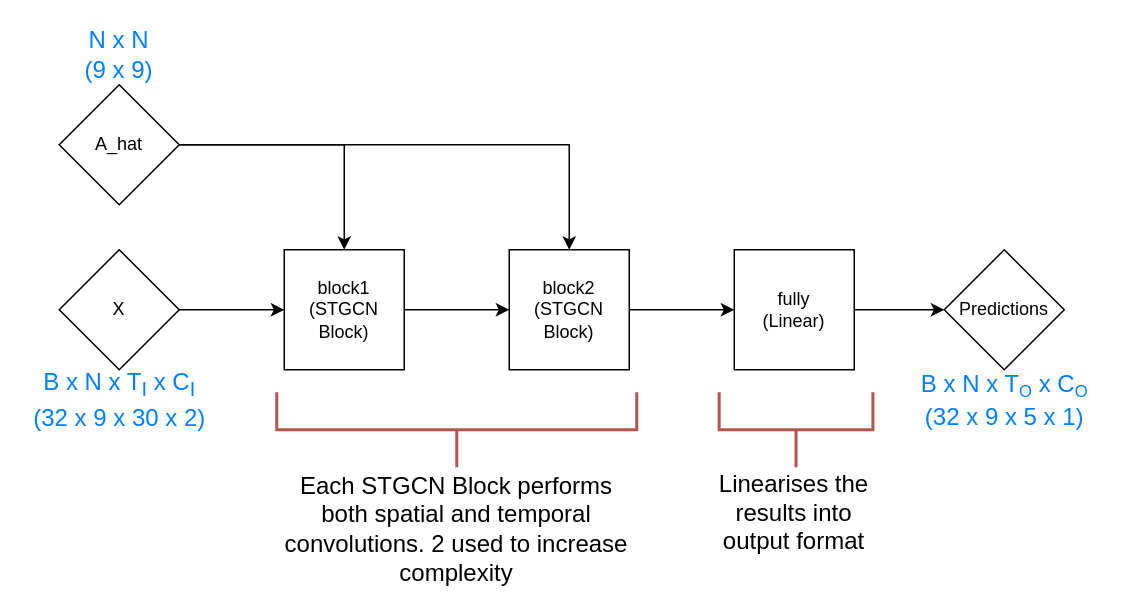
Above: diagrams/stgcn.drawio in oscarcrowley1/thesis (draw.io), before the change. Source tidied: cells renumbered, new cells numbered last; positions are measured from the earlier drawing's top-left corner, leaving out a move shared by most shapes. Both pictures are drawn from the tidied source at 150%, with x=0, y=0 at pixel (26, 32).
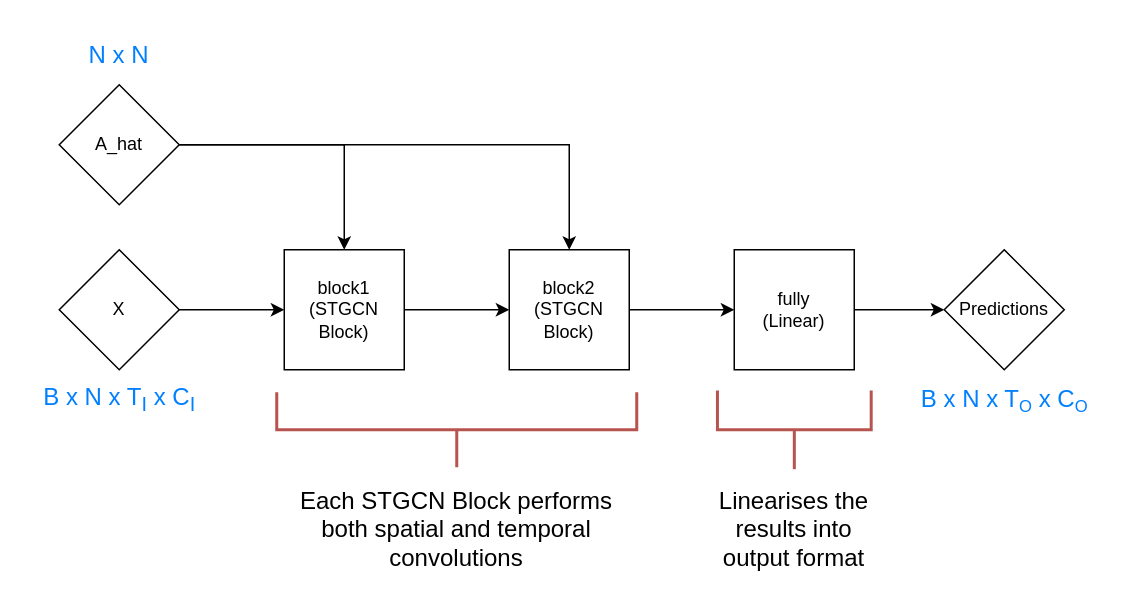
The same page after the edit.

The edit, as a diff of the source:
```diff
@@
-    <mxCell id="15" value="&lt;font style=&quot;font-size: 16px&quot;&gt;Each STGCN Block performs both spatial and temporal convolutions. 2 used to increase complexity&lt;/font&gt;" style="text;html=1;strokeColor=none;fillColor=none;align=center;verticalAlign=middle;whiteSpace=wrap;rounded=0;" parent="1" vertex="1">
+    <mxCell id="15" value="&lt;font style=&quot;font-size: 16px&quot;&gt;Each STGCN Block performs both spatial and temporal convolutions&lt;/font&gt;" style="text;html=1;strokeColor=none;fillColor=none;align=center;verticalAlign=middle;whiteSpace=wrap;rounded=0;" parent="1" vertex="1">
       <mxGeometry x="167" y="316.2" width="240" height="30" as="geometry" />
     </mxCell>
     <mxCell id="16" style="strokeWidth=2;html=1;shape=mxgraph.flowchart.annotation_2;align=left;labelPosition=right;rotation=-90;fillColor=#f8cecc;strokeColor=#b85450;" parent="1" vertex="1">
-      <mxGeometry x="488.2" y="213.8" width="50" height="102.5" as="geometry" />
+      <mxGeometry x="485.8" y="213.8" width="52.5" height="102.5" as="geometry" />
     </mxCell>
     <mxCell id="17" value="&lt;font style=&quot;font-size: 16px&quot;&gt;Linearises the results into output format&lt;/font&gt;" style="text;html=1;strokeColor=none;fillColor=none;align=center;verticalAlign=middle;whiteSpace=wrap;rounded=0;" parent="1" vertex="1">
-      <mxGeometry x="452" y="305" width="120" height="30" as="geometry" />
+      <mxGeometry x="452" y="316.2" width="120" height="30" as="geometry" />
     </mxCell>
-    <mxCell id="18" value="&lt;font color=&quot;#007fff&quot;&gt;N x N&lt;br&gt;(9 x 9)&lt;br&gt;&lt;/font&gt;" style="text;html=1;strokeColor=none;fillColor=none;align=center;verticalAlign=middle;whiteSpace=wrap;rounded=0;fontSize=16;" parent="1" vertex="1">
+    <mxCell id="18" value="&lt;font color=&quot;#007fff&quot;&gt;N x N&lt;br&gt;&lt;/font&gt;" style="text;html=1;strokeColor=none;fillColor=none;align=center;verticalAlign=middle;whiteSpace=wrap;rounded=0;fontSize=16;" parent="1" vertex="1">
       <mxGeometry x="32" width="60" height="30" as="geometry" />
     </mxCell>
-    <mxCell id="19" value="&lt;font color=&quot;#007fff&quot;&gt;B x N x T&lt;sub&gt;I&lt;/sub&gt; x C&lt;sub&gt;I&lt;/sub&gt;&lt;br&gt;(32 x 9 x 30 x 2)&lt;br&gt;&lt;/font&gt;" style="text;html=1;strokeColor=none;fillColor=none;align=center;verticalAlign=middle;whiteSpace=wrap;rounded=0;fontSize=16;" parent="1" vertex="1">
+    <mxCell id="19" value="&lt;font color=&quot;#007fff&quot;&gt;B x N x T&lt;sub&gt;I&lt;/sub&gt; x C&lt;sub&gt;I&lt;/sub&gt;&lt;br&gt;&lt;/font&gt;" style="text;html=1;strokeColor=none;fillColor=none;align=center;verticalAlign=middle;whiteSpace=wrap;rounded=0;fontSize=16;" parent="1" vertex="1">
       <mxGeometry x="-0.5" y="230" width="125" height="30" as="geometry" />
     </mxCell>
-    <mxCell id="20" value="&lt;font color=&quot;#007fff&quot;&gt;B x N x T&lt;span style=&quot;font-size: 13.3333px&quot;&gt;&lt;sub&gt;O&lt;/sub&gt;&lt;/span&gt;&amp;nbsp;x C&lt;span style=&quot;font-size: 13.3333px&quot;&gt;&lt;sub&gt;O&lt;/sub&gt;&lt;/span&gt;&lt;br&gt;(32 x 9 x 5 x 1)&lt;br&gt;&lt;/font&gt;" style="text;html=1;strokeColor=none;fillColor=none;align=center;verticalAlign=middle;whiteSpace=wrap;rounded=0;fontSize=16;" parent="1" vertex="1">
+    <mxCell id="20" value="&lt;font color=&quot;#007fff&quot;&gt;B x N x T&lt;span style=&quot;font-size: 13.3333px&quot;&gt;&lt;sub&gt;O&lt;/sub&gt;&lt;/span&gt;&amp;nbsp;x C&lt;span style=&quot;font-size: 13.3333px&quot;&gt;&lt;sub&gt;O&lt;/sub&gt;&lt;/span&gt;&lt;br&gt;&lt;/font&gt;" style="text;html=1;strokeColor=none;fillColor=none;align=center;verticalAlign=middle;whiteSpace=wrap;rounded=0;fontSize=16;" parent="1" vertex="1">
       <mxGeometry x="589.5" y="230" width="125" height="30" as="geometry" />
     </mxCell>
```
